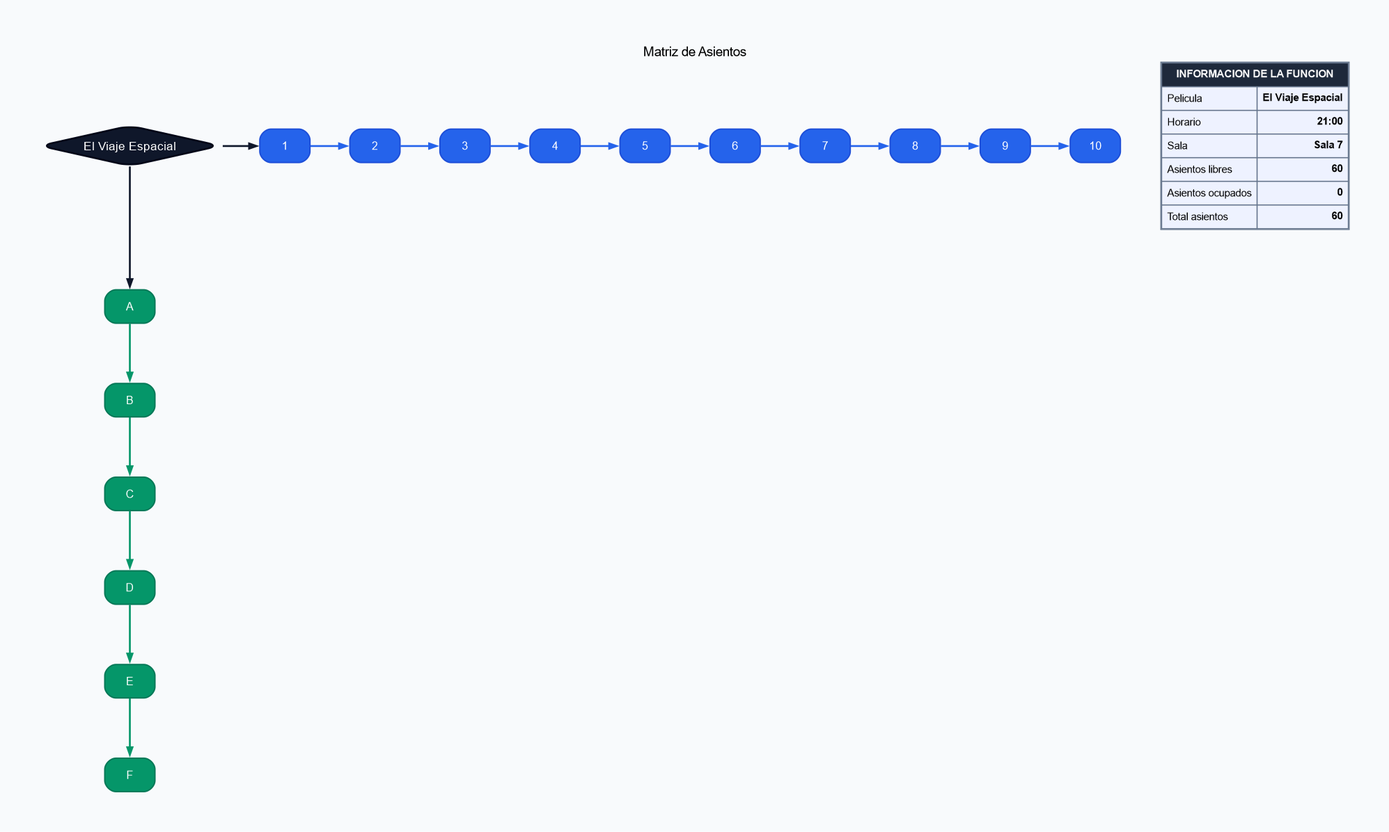
Before: EDD_Fase2/ProyectoF2/reportes/F070.png, a diagram exported from Graphviz (MynorCanel/EDD_2S2026_PY_202307548). Its source is kept beside it as EDD_Fase2/ProyectoF2/reportes/F070.dot. Source of this version:
```dot
digraph MatrizCine {
rankdir=TB;
splines=ortho;
bgcolor="#f8fafc";
pad=0.6;
nodesep=0.6;
ranksep=0.9;
label="Matriz de Asientos";
labelloc=t;
fontname="Arial";
node [shape=box, style="rounded,filled", fontname="Arial", fontsize=11, color="#1f2937"];
edge [color="#94a3b8", arrowsize=0.8, penwidth=1.2];
Raiz [shape=diamond, label="El Viaje Espacial", width=1.5, height=0.6, style="rounded,filled", fillcolor="#0f172a", fontcolor=white, fontsize=13, group=0, color="#020617", penwidth=2];
{ rank=same; Raiz; Col1; Col2; Col3; Col4; Col5; Col6; Col7; Col8; Col9; Col10; }
Col1 [label="1", style="rounded,filled", fillcolor="#2563eb", fontcolor=white, fontsize=12, group=1, color="#1d4ed8", penwidth=1.5];
Col2 [label="2", style="rounded,filled", fillcolor="#2563eb", fontcolor=white, fontsize=12, group=2, color="#1d4ed8", penwidth=1.5];
Col3 [label="3", style="rounded,filled", fillcolor="#2563eb", fontcolor=white, fontsize=12, group=3, color="#1d4ed8", penwidth=1.5];
Col4 [label="4", style="rounded,filled", fillcolor="#2563eb", fontcolor=white, fontsize=12, group=4, color="#1d4ed8", penwidth=1.5];
Col5 [label="5", style="rounded,filled", fillcolor="#2563eb", fontcolor=white, fontsize=12, group=5, color="#1d4ed8", penwidth=1.5];
Col6 [label="6", style="rounded,filled", fillcolor="#2563eb", fontcolor=white, fontsize=12, group=6, color="#1d4ed8", penwidth=1.5];
Col7 [label="7", style="rounded,filled", fillcolor="#2563eb", fontcolor=white, fontsize=12, group=7, color="#1d4ed8", penwidth=1.5];
Col8 [label="8", style="rounded,filled", fillcolor="#2563eb", fontcolor=white, fontsize=12, group=8, color="#1d4ed8", penwidth=1.5];
Col9 [label="9", style="rounded,filled", fillcolor="#2563eb", fontcolor=white, fontsize=12, group=9, color="#1d4ed8", penwidth=1.5];
Col10 [label="10", style="rounded,filled", fillcolor="#2563eb", fontcolor=white, fontsize=12, group=10, color="#1d4ed8", penwidth=1.5];
FilaA [label="A", style="rounded,filled", fillcolor="#059669", fontcolor=white, fontsize=12, group=0, color="#047857", penwidth=1.5];
FilaB [label="B", style="rounded,filled", fillcolor="#059669", fontcolor=white, fontsize=12, group=0, color="#047857", penwidth=1.5];
FilaC [label="C", style="rounded,filled", fillcolor="#059669", fontcolor=white, fontsize=12, group=0, color="#047857", penwidth=1.5];
FilaD [label="D", style="rounded,filled", fillcolor="#059669", fontcolor=white, fontsize=12, group=0, color="#047857", penwidth=1.5];
FilaE [label="E", style="rounded,filled", fillcolor="#059669", fontcolor=white, fontsize=12, group=0, color="#047857", penwidth=1.5];
FilaF [label="F", style="rounded,filled", fillcolor="#059669", fontcolor=white, fontsize=12, group=0, color="#047857", penwidth=1.5];
{ rank=same; FilaA; }
{ rank=same; FilaB; }
{ rank=same; FilaC; }
{ rank=same; FilaD; }
{ rank=same; FilaE; }
{ rank=same; FilaF; }
Raiz -> FilaA [color="#0f172a", penwidth=2, arrowhead=normal];
Raiz -> Col1 [color="#0f172a", penwidth=2, arrowhead=normal];
Col1 -> Col2 [color="#2563eb", penwidth=2, arrowhead=normal];
Col2 -> Col3 [color="#2563eb", penwidth=2, arrowhead=normal];
Col3 -> Col4 [color="#2563eb", penwidth=2, arrowhead=normal];
Col4 -> Col5 [color="#2563eb", penwidth=2, arrowhead=normal];
Col5 -> Col6 [color="#2563eb", penwidth=2, arrowhead=normal];
Col6 -> Col7 [color="#2563eb", penwidth=2, arrowhead=normal];
Col7 -> Col8 [color="#2563eb", penwidth=2, arrowhead=normal];
Col8 -> Col9 [color="#2563eb", penwidth=2, arrowhead=normal];
Col9 -> Col10 [color="#2563eb", penwidth=2, arrowhead=normal];
FilaA -> FilaB [color="#059669", penwidth=2, arrowhead=normal];
FilaB -> FilaC [color="#059669", penwidth=2, arrowhead=normal];
FilaC -> FilaD [color="#059669", penwidth=2, arrowhead=normal];
FilaD -> FilaE [color="#059669", penwidth=2, arrowhead=normal];
FilaE -> FilaF [color="#059669", penwidth=2, arrowhead=normal];
Informacion [label=<<TABLE BORDER="1" CELLBORDER="1" CELLSPACING="0" CELLPADDING="5" COLOR="#64748b" BGCOLOR="#eef2ff"><TR><TD COLSPAN="2" BGCOLOR="#1e293b" ALIGN="CENTER"><FONT COLOR="white" FACE="Arial"><B>INFORMACION DE LA FUNCION</B></FONT></TD></TR><TR><TD ALIGN="LEFT"><FONT FACE="Arial">Pelicula</FONT></TD><TD ALIGN="RIGHT"><FONT FACE="Arial"><B>El Viaje Espacial</B></FONT></TD></TR><TR><TD ALIGN="LEFT"><FONT FACE="Arial">Horario</FONT></TD><TD ALIGN="RIGHT"><FONT FACE="Arial"><B>21:00</B></FONT></TD></TR><TR><TD ALIGN="LEFT"><FONT FACE="Arial">Sala</FONT></TD><TD ALIGN="RIGHT"><FONT FACE="Arial"><B>Sala 7</B></FONT></TD></TR><TR><TD ALIGN="LEFT"><FONT FACE="Arial">Asientos libres</FONT></TD><TD ALIGN="RIGHT"><FONT FACE="Arial"><B>60</B></FONT></TD></TR><TR><TD ALIGN="LEFT"><FONT FACE="Arial">Asientos ocupados</FONT></TD><TD ALIGN="RIGHT"><FONT FACE="Arial"><B>0</B></FONT></TD></TR><TR><TD ALIGN="LEFT"><FONT FACE="Arial">Total asientos</FONT></TD><TD ALIGN="RIGHT"><FONT FACE="Arial"><B>60</B></FONT></TD></TR></TABLE>>, shape=plain];
{ rank=same; Raiz; Informacion; }
}
```
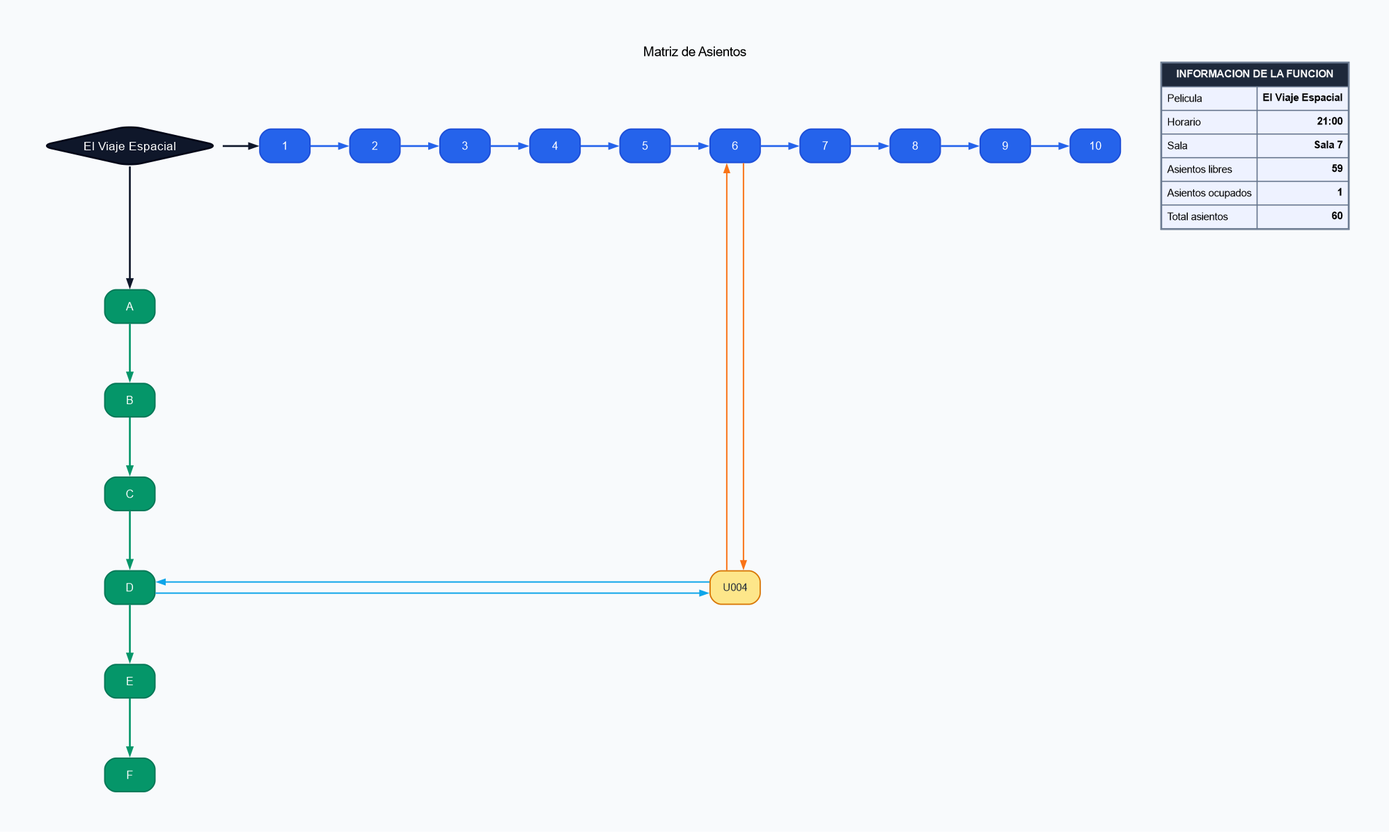
The same diagram one commit later.

Change to the diagram source:
```diff
@@ -31,7 +31,8 @@
 { rank=same; FilaA; }
 { rank=same; FilaB; }
 { rank=same; FilaC; }
-{ rank=same; FilaD; }
+{ rank=same; FilaD; NodoD6 [label="U004", style="rounded,filled", fillcolor="#fde68a", fontcolor="#1f2937", group=6, color="#d97706", penwidth=1.4];
+NodoD6; }
 { rank=same; FilaE; }
 { rank=same; FilaF; }
 Raiz -> FilaA [color="#0f172a", penwidth=2, arrowhead=normal];
@@ -50,6 +51,10 @@
 FilaC -> FilaD [color="#059669", penwidth=2, arrowhead=normal];
 FilaD -> FilaE [color="#059669", penwidth=2, arrowhead=normal];
 FilaE -> FilaF [color="#059669", penwidth=2, arrowhead=normal];
-Informacion [label=<<TABLE BORDER="1" CELLBORDER="1" CELLSPACING="0" CELLPADDING="5" COLOR="#64748b" BGCOLOR="#eef2ff"><TR><TD COLSPAN="2" BGCOLOR="#1e293b" ALIGN="CENTER"><FONT COLOR="white" FACE="Arial"><B>INFORMACION DE LA FUNCION</B></FONT></TD></TR><TR><TD ALIGN="LEFT"><FONT FACE="Arial">Pelicula</FONT></TD><TD ALIGN="RIGHT"><FONT FACE="Arial"><B>El Viaje Espacial</B></FONT></TD></TR><TR><TD ALIGN="LEFT"><FONT FACE="Arial">Horario</FONT></TD><TD ALIGN="RIGHT"><FONT FACE="Arial"><B>21:00</B></FONT></TD></TR><TR><TD ALIGN="LEFT"><FONT FACE="Arial">Sala</FONT></TD><TD ALIGN="RIGHT"><FONT FACE="Arial"><B>Sala 7</B></FONT></TD></TR><TR><TD ALIGN="LEFT"><FONT FACE="Arial">Asientos libres</FONT></TD><TD ALIGN="RIGHT"><FONT FACE="Arial"><B>60</B></FONT></TD></TR><TR><TD ALIGN="LEFT"><FONT FACE="Arial">Asientos ocupados</FONT></TD><TD ALIGN="RIGHT"><FONT FACE="Arial"><B>0</B></FONT></TD></TR><TR><TD ALIGN="LEFT"><FONT FACE="Arial">Total asientos</FONT></TD><TD ALIGN="RIGHT"><FONT FACE="Arial"><B>60</B></FONT></TD></TR></TABLE>>, shape=plain];
+FilaD -> NodoD6 [color="#0ea5e9", penwidth=1.5, arrowhead=normal];
+NodoD6 -> FilaD [color="#0ea5e9", penwidth=1.5, arrowhead=normal];
+Col6 -> NodoD6 [color="#f97316", penwidth=1.5, arrowhead=normal];
+NodoD6 -> Col6 [color="#f97316", penwidth=1.5, arrowhead=normal];
+Informacion [label=<<TABLE BORDER="1" CELLBORDER="1" CELLSPACING="0" CELLPADDING="5" COLOR="#64748b" BGCOLOR="#eef2ff"><TR><TD COLSPAN="2" BGCOLOR="#1e293b" ALIGN="CENTER"><FONT COLOR="white" FACE="Arial"><B>INFORMACION DE LA FUNCION</B></FONT></TD></TR><TR><TD ALIGN="LEFT"><FONT FACE="Arial">Pelicula</FONT></TD><TD ALIGN="RIGHT"><FONT FACE="Arial"><B>El Viaje Espacial</B></FONT></TD></TR><TR><TD ALIGN="LEFT"><FONT FACE="Arial">Horario</FONT></TD><TD ALIGN="RIGHT"><FONT FACE="Arial"><B>21:00</B></FONT></TD></TR><TR><TD ALIGN="LEFT"><FONT FACE="Arial">Sala</FONT></TD><TD ALIGN="RIGHT"><FONT FACE="Arial"><B>Sala 7</B></FONT></TD></TR><TR><TD ALIGN="LEFT"><FONT FACE="Arial">Asientos libres</FONT></TD><TD ALIGN="RIGHT"><FONT FACE="Arial"><B>59</B></FONT></TD></TR><TR><TD ALIGN="LEFT"><FONT FACE="Arial">Asientos ocupados</FONT></TD><TD ALIGN="RIGHT"><FONT FACE="Arial"><B>1</B></FONT></TD></TR><TR><TD ALIGN="LEFT"><FONT FACE="Arial">Total asientos</FONT></TD><TD ALIGN="RIGHT"><FONT FACE="Arial"><B>60</B></FONT></TD></TR></TABLE>>, shape=plain];
 { rank=same; Raiz; Informacion; }
 }
```
